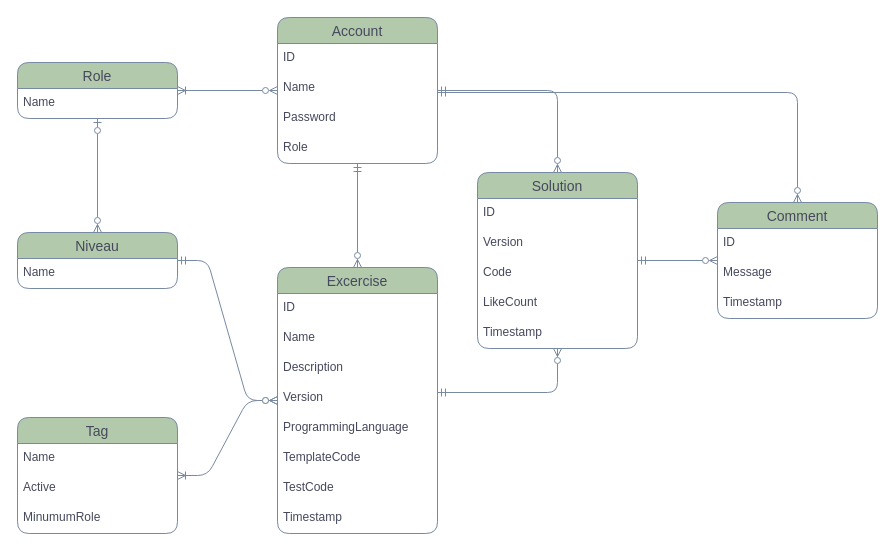
Before: diagrams.drawio in Job79/avans-code, a draw.io diagram. Source tidied: cells renumbered, new cells numbered last; positions are measured from the earlier drawing's top-left corner, leaving out a move shared by most shapes. Both pictures are drawn from the tidied source at 100%, with x=0, y=0 at pixel (17, 17).
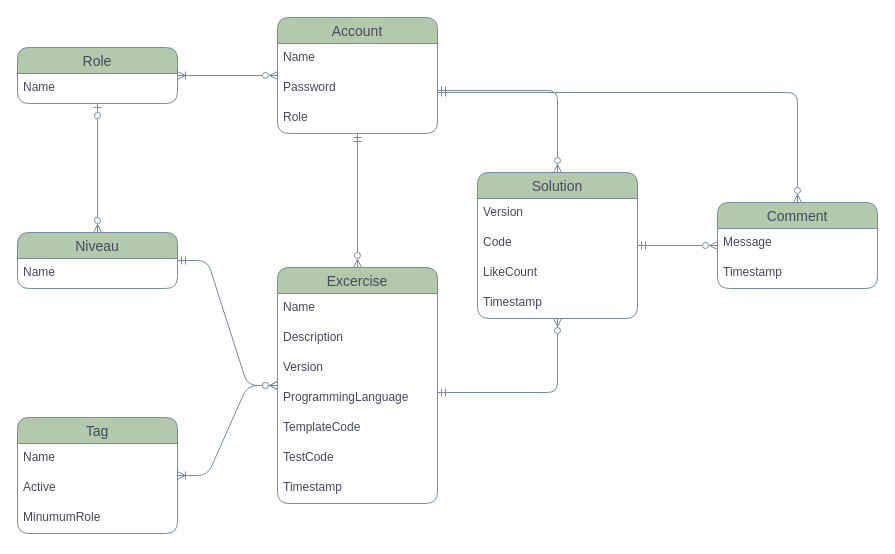
Above is the later version.

What changed in the source:
```diff
@@
     <mxCell id="3" value="Excercise" style="swimlane;fontStyle=0;horizontal=1;startSize=26;align=center;fontSize=14;labelBackgroundColor=none;fillColor=#B2C9AB;strokeColor=#788AA3;fontColor=#46495D;rounded=1;" parent="1" vertex="1">
-      <mxGeometry x="260" y="250" width="160" height="266" as="geometry" />
+      <mxGeometry x="260" y="250" width="160" height="236" as="geometry" />
     </mxCell>
-    <mxCell id="4" value="ID" style="text;strokeColor=none;fillColor=none;spacingLeft=4;spacingRight=4;overflow=hidden;fontSize=12;whiteSpace=wrap;html=1;labelBackgroundColor=none;fontColor=#46495D;rounded=1;" parent="3" vertex="1">
-      <mxGeometry y="26" width="160" height="30" as="geometry" />
-    </mxCell>
     <mxCell id="5" value="Name" style="text;strokeColor=none;fillColor=none;spacingLeft=4;spacingRight=4;overflow=hidden;fontSize=12;whiteSpace=wrap;html=1;labelBackgroundColor=none;fontColor=#46495D;rounded=1;" parent="3" vertex="1">
-      <mxGeometry y="56" width="160" height="30" as="geometry" />
+      <mxGeometry y="26" width="160" height="30" as="geometry" />
     </mxCell>
     <mxCell id="6" value="Description" style="text;strokeColor=none;fillColor=none;spacingLeft=4;spacingRight=4;overflow=hidden;fontSize=12;whiteSpace=wrap;html=1;labelBackgroundColor=none;fontColor=#46495D;rounded=1;" parent="3" vertex="1">
-      <mxGeometry y="86" width="160" height="30" as="geometry" />
+      <mxGeometry y="56" width="160" height="30" as="geometry" />
     </mxCell>
     <mxCell id="7" value="Version" style="text;strokeColor=none;fillColor=none;spacingLeft=4;spacingRight=4;overflow=hidden;fontSize=12;whiteSpace=wrap;html=1;labelBackgroundColor=none;fontColor=#46495D;rounded=1;" parent="3" vertex="1">
-      <mxGeometry y="116" width="160" height="30" as="geometry" />
+      <mxGeometry y="86" width="160" height="30" as="geometry" />
     </mxCell>
     <mxCell id="8" value="ProgrammingLanguage" style="text;strokeColor=none;fillColor=none;spacingLeft=4;spacingRight=4;overflow=hidden;fontSize=12;whiteSpace=wrap;html=1;labelBackgroundColor=none;fontColor=#46495D;rounded=1;" parent="3" vertex="1">
-      <mxGeometry y="146" width="160" height="30" as="geometry" />
+      <mxGeometry y="116" width="160" height="30" as="geometry" />
     </mxCell>
     <mxCell id="9" value="TemplateCode" style="text;strokeColor=none;fillColor=none;spacingLeft=4;spacingRight=4;overflow=hidden;fontSize=12;whiteSpace=wrap;html=1;labelBackgroundColor=none;fontColor=#46495D;rounded=1;" parent="3" vertex="1">
-      <mxGeometry y="176" width="160" height="30" as="geometry" />
+      <mxGeometry y="146" width="160" height="30" as="geometry" />
     </mxCell>
     <mxCell id="10" value="TestCode" style="text;strokeColor=none;fillColor=none;spacingLeft=4;spacingRight=4;overflow=hidden;fontSize=12;whiteSpace=wrap;html=1;labelBackgroundColor=none;fontColor=#46495D;rounded=1;" parent="3" vertex="1">
-      <mxGeometry y="206" width="160" height="30" as="geometry" />
+      <mxGeometry y="176" width="160" height="30" as="geometry" />
     </mxCell>
     <mxCell id="11" value="Timestamp" style="text;strokeColor=none;fillColor=none;spacingLeft=4;spacingRight=4;overflow=hidden;fontSize=12;whiteSpace=wrap;html=1;labelBackgroundColor=none;fontColor=#46495D;rounded=1;" parent="3" vertex="1">
-      <mxGeometry y="236" width="160" height="30" as="geometry" />
+      <mxGeometry y="206" width="160" height="30" as="geometry" />
     </mxCell>
@@
     <mxCell id="14" value="Solution" style="swimlane;fontStyle=0;horizontal=1;startSize=26;align=center;fontSize=14;labelBackgroundColor=none;fillColor=#B2C9AB;strokeColor=#788AA3;fontColor=#46495D;rounded=1;" parent="1" vertex="1">
-      <mxGeometry x="460" y="155" width="160" height="176" as="geometry" />
+      <mxGeometry x="460" y="155" width="160" height="146" as="geometry" />
     </mxCell>
-    <mxCell id="15" value="ID" style="text;strokeColor=none;fillColor=none;spacingLeft=4;spacingRight=4;overflow=hidden;fontSize=12;whiteSpace=wrap;html=1;labelBackgroundColor=none;fontColor=#46495D;rounded=1;" parent="14" vertex="1">
-      <mxGeometry y="26" width="160" height="30" as="geometry" />
-    </mxCell>
     <mxCell id="16" value="Version" style="text;strokeColor=none;fillColor=none;spacingLeft=4;spacingRight=4;overflow=hidden;fontSize=12;whiteSpace=wrap;html=1;labelBackgroundColor=none;fontColor=#46495D;rounded=1;" parent="14" vertex="1">
-      <mxGeometry y="56" width="160" height="30" as="geometry" />
+      <mxGeometry y="26" width="160" height="30" as="geometry" />
     </mxCell>
     <mxCell id="17" value="Code" style="text;strokeColor=none;fillColor=none;spacingLeft=4;spacingRight=4;overflow=hidden;fontSize=12;whiteSpace=wrap;html=1;labelBackgroundColor=none;fontColor=#46495D;rounded=1;" parent="14" vertex="1">
-      <mxGeometry y="86" width="160" height="30" as="geometry" />
+      <mxGeometry y="56" width="160" height="30" as="geometry" />
     </mxCell>
     <mxCell id="18" value="LikeCount" style="text;strokeColor=none;fillColor=none;spacingLeft=4;spacingRight=4;overflow=hidden;fontSize=12;whiteSpace=wrap;html=1;labelBackgroundColor=none;fontColor=#46495D;rounded=1;" parent="14" vertex="1">
-      <mxGeometry y="116" width="160" height="30" as="geometry" />
+      <mxGeometry y="86" width="160" height="30" as="geometry" />
     </mxCell>
     <mxCell id="19" value="Timestamp" style="text;strokeColor=none;fillColor=none;spacingLeft=4;spacingRight=4;overflow=hidden;fontSize=12;whiteSpace=wrap;html=1;labelBackgroundColor=none;fontColor=#46495D;rounded=1;" parent="14" vertex="1">
-      <mxGeometry y="146" width="160" height="30" as="geometry" />
+      <mxGeometry y="116" width="160" height="30" as="geometry" />
     </mxCell>
@@
     <mxCell id="24" value="Comment" style="swimlane;fontStyle=0;horizontal=1;startSize=26;align=center;fontSize=14;labelBackgroundColor=none;fillColor=#B2C9AB;strokeColor=#788AA3;fontColor=#46495D;rounded=1;" parent="1" vertex="1">
-      <mxGeometry x="700" y="185" width="160" height="116" as="geometry" />
+      <mxGeometry x="700" y="185" width="160" height="86" as="geometry" />
     </mxCell>
-    <mxCell id="25" value="ID" style="text;strokeColor=none;fillColor=none;spacingLeft=4;spacingRight=4;overflow=hidden;fontSize=12;whiteSpace=wrap;html=1;labelBackgroundColor=none;fontColor=#46495D;rounded=1;" parent="24" vertex="1">
-      <mxGeometry y="26" width="160" height="30" as="geometry" />
-    </mxCell>
     <mxCell id="26" value="Message" style="text;strokeColor=none;fillColor=none;spacingLeft=4;spacingRight=4;overflow=hidden;fontSize=12;whiteSpace=wrap;html=1;labelBackgroundColor=none;fontColor=#46495D;rounded=1;" parent="24" vertex="1">
-      <mxGeometry y="56" width="160" height="30" as="geometry" />
+      <mxGeometry y="26" width="160" height="30" as="geometry" />
     </mxCell>
     <mxCell id="27" value="Timestamp" style="text;strokeColor=none;fillColor=none;spacingLeft=4;spacingRight=4;overflow=hidden;fontSize=12;whiteSpace=wrap;html=1;labelBackgroundColor=none;fontColor=#46495D;rounded=1;" parent="24" vertex="1">
-      <mxGeometry y="86" width="160" height="30" as="geometry" />
+      <mxGeometry y="56" width="160" height="30" as="geometry" />
     </mxCell>
@@
     <mxCell id="33" value="Account" style="swimlane;fontStyle=0;horizontal=1;startSize=26;align=center;fontSize=14;labelBackgroundColor=none;fillColor=#B2C9AB;strokeColor=#788AA3;fontColor=#46495D;rounded=1;" parent="1" vertex="1">
-      <mxGeometry x="260" width="160" height="146" as="geometry" />
+      <mxGeometry x="260" width="160" height="116" as="geometry" />
     </mxCell>
-    <mxCell id="34" value="ID" style="text;strokeColor=none;fillColor=none;spacingLeft=4;spacingRight=4;overflow=hidden;fontSize=12;whiteSpace=wrap;html=1;labelBackgroundColor=none;fontColor=#46495D;rounded=1;" parent="33" vertex="1">
-      <mxGeometry y="26" width="160" height="30" as="geometry" />
-    </mxCell>
     <mxCell id="35" value="Name" style="text;strokeColor=none;fillColor=none;spacingLeft=4;spacingRight=4;overflow=hidden;fontSize=12;whiteSpace=wrap;html=1;labelBackgroundColor=none;fontColor=#46495D;rounded=1;" parent="33" vertex="1">
-      <mxGeometry y="56" width="160" height="30" as="geometry" />
+      <mxGeometry y="26" width="160" height="30" as="geometry" />
     </mxCell>
     <mxCell id="36" value="Password" style="text;strokeColor=none;fillColor=none;spacingLeft=4;spacingRight=4;overflow=hidden;fontSize=12;whiteSpace=wrap;html=1;labelBackgroundColor=none;fontColor=#46495D;rounded=1;" parent="33" vertex="1">
-      <mxGeometry y="86" width="160" height="30" as="geometry" />
+      <mxGeometry y="56" width="160" height="30" as="geometry" />
     </mxCell>
     <mxCell id="37" value="Role" style="text;strokeColor=none;fillColor=none;spacingLeft=4;spacingRight=4;overflow=hidden;fontSize=12;whiteSpace=wrap;html=1;labelBackgroundColor=none;fontColor=#46495D;rounded=1;" parent="33" vertex="1">
-      <mxGeometry y="116" width="160" height="30" as="geometry" />
+      <mxGeometry y="86" width="160" height="30" as="geometry" />
     </mxCell>
@@
     <mxCell id="40" value="Role" style="swimlane;fontStyle=0;horizontal=1;startSize=26;align=center;fontSize=14;labelBackgroundColor=none;fillColor=#B2C9AB;strokeColor=#788AA3;fontColor=#46495D;rounded=1;" parent="1" vertex="1">
-      <mxGeometry y="45" width="160" height="56" as="geometry" />
+      <mxGeometry y="30" width="160" height="56" as="geometry" />
     </mxCell>
```
